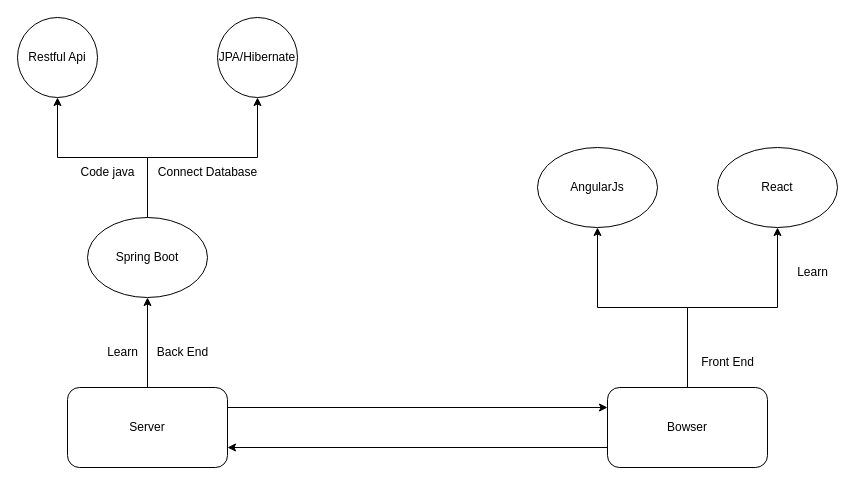
Earlier version of the draw.io diagram Learn Path Develop Web.drawio (TuanDoan247/Avanced-Knowlege-Web). Source tidied: cells renumbered, new cells numbered last; positions are measured from the earlier drawing's top-left corner, leaving out a move shared by most shapes. Both pictures are drawn from the tidied source at 100%, with x=0, y=0 at pixel (17, 17).
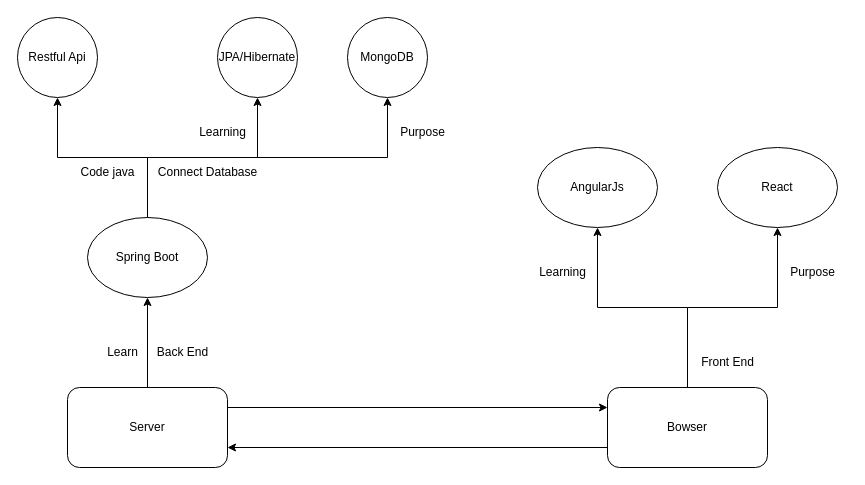
The same diagram, later.

Unchanged cells that the change refers to:
```xml
<mxCell id="11" value="Spring Boot" style="ellipse;whiteSpace=wrap;html=1;" parent="1" vertex="1">
  <mxGeometry x="70" y="200" width="120" height="80" as="geometry" />
</mxCell>
```

Change to the diagram source:
```diff
@@
+    <mxCell id="22" style="edgeStyle=orthogonalEdgeStyle;rounded=0;jettySize=auto;html=1;entryX=0.5;entryY=1;entryDx=0;entryDy=0;" parent="1" edge="1" source="11" target="23">
+      <mxGeometry relative="1" as="geometry">
+        <Array as="points">
+          <mxPoint x="130" y="140" />
+          <mxPoint x="370" y="140" />
+        </Array>
+      </mxGeometry>
+    </mxCell>
@@
-    <mxCell id="20" value="Learn" style="text;html=1;align=center;verticalAlign=middle;strokeColor=none;fillColor=none;" parent="1" vertex="1">
-      <mxGeometry x="770" y="240" width="50" height="30" as="geometry" />
+    <mxCell id="20" value="Learning" style="text;html=1;align=center;verticalAlign=middle;strokeColor=none;fillColor=none;" parent="1" vertex="1">
+      <mxGeometry x="170" y="100" width="70" height="30" as="geometry" />
     </mxCell>
@@
+    <mxCell id="23" value="MongoDB" style="ellipse;whiteSpace=wrap;html=1;" parent="1" vertex="1">
+      <mxGeometry x="330" width="80" height="80" as="geometry" />
+    </mxCell>
+    <mxCell id="24" value="Purpose" style="text;html=1;align=center;verticalAlign=middle;strokeColor=none;fillColor=none;" parent="1" vertex="1">
+      <mxGeometry x="370" y="100" width="70" height="30" as="geometry" />
+    </mxCell>
+    <mxCell id="25" value="Purpose" style="text;html=1;align=center;verticalAlign=middle;strokeColor=none;fillColor=none;" parent="1" vertex="1">
+      <mxGeometry x="760" y="240" width="70" height="30" as="geometry" />
+    </mxCell>
+    <mxCell id="26" value="Learning" style="text;html=1;align=center;verticalAlign=middle;strokeColor=none;fillColor=none;" parent="1" vertex="1">
+      <mxGeometry x="510" y="240" width="70" height="30" as="geometry" />
+    </mxCell>
```
